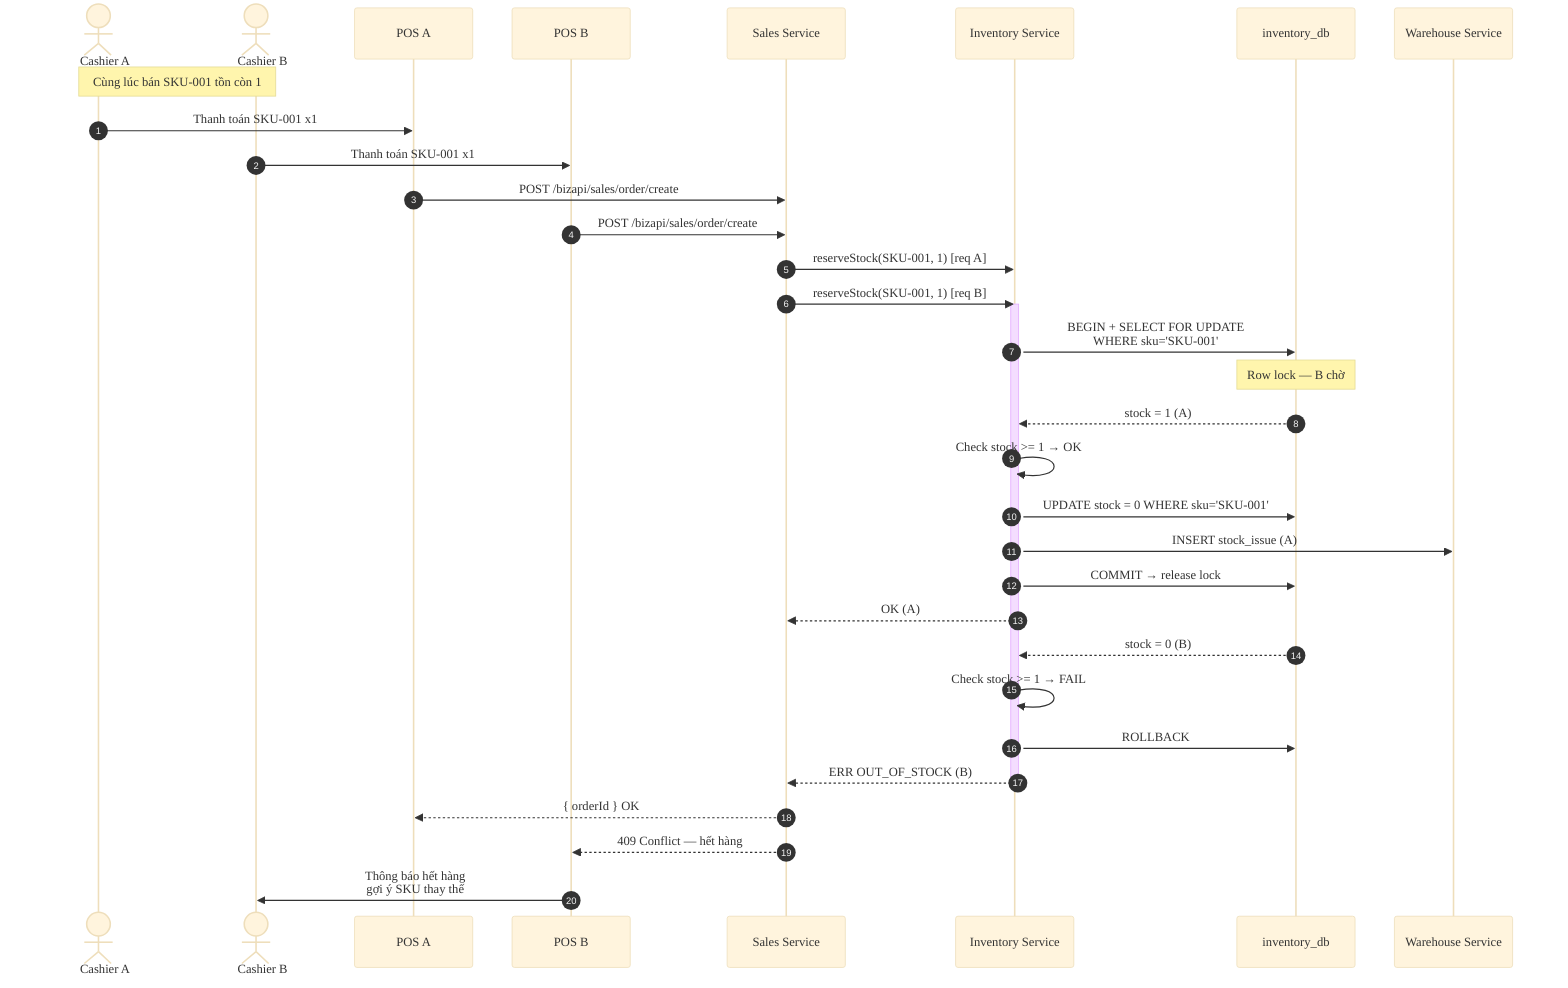
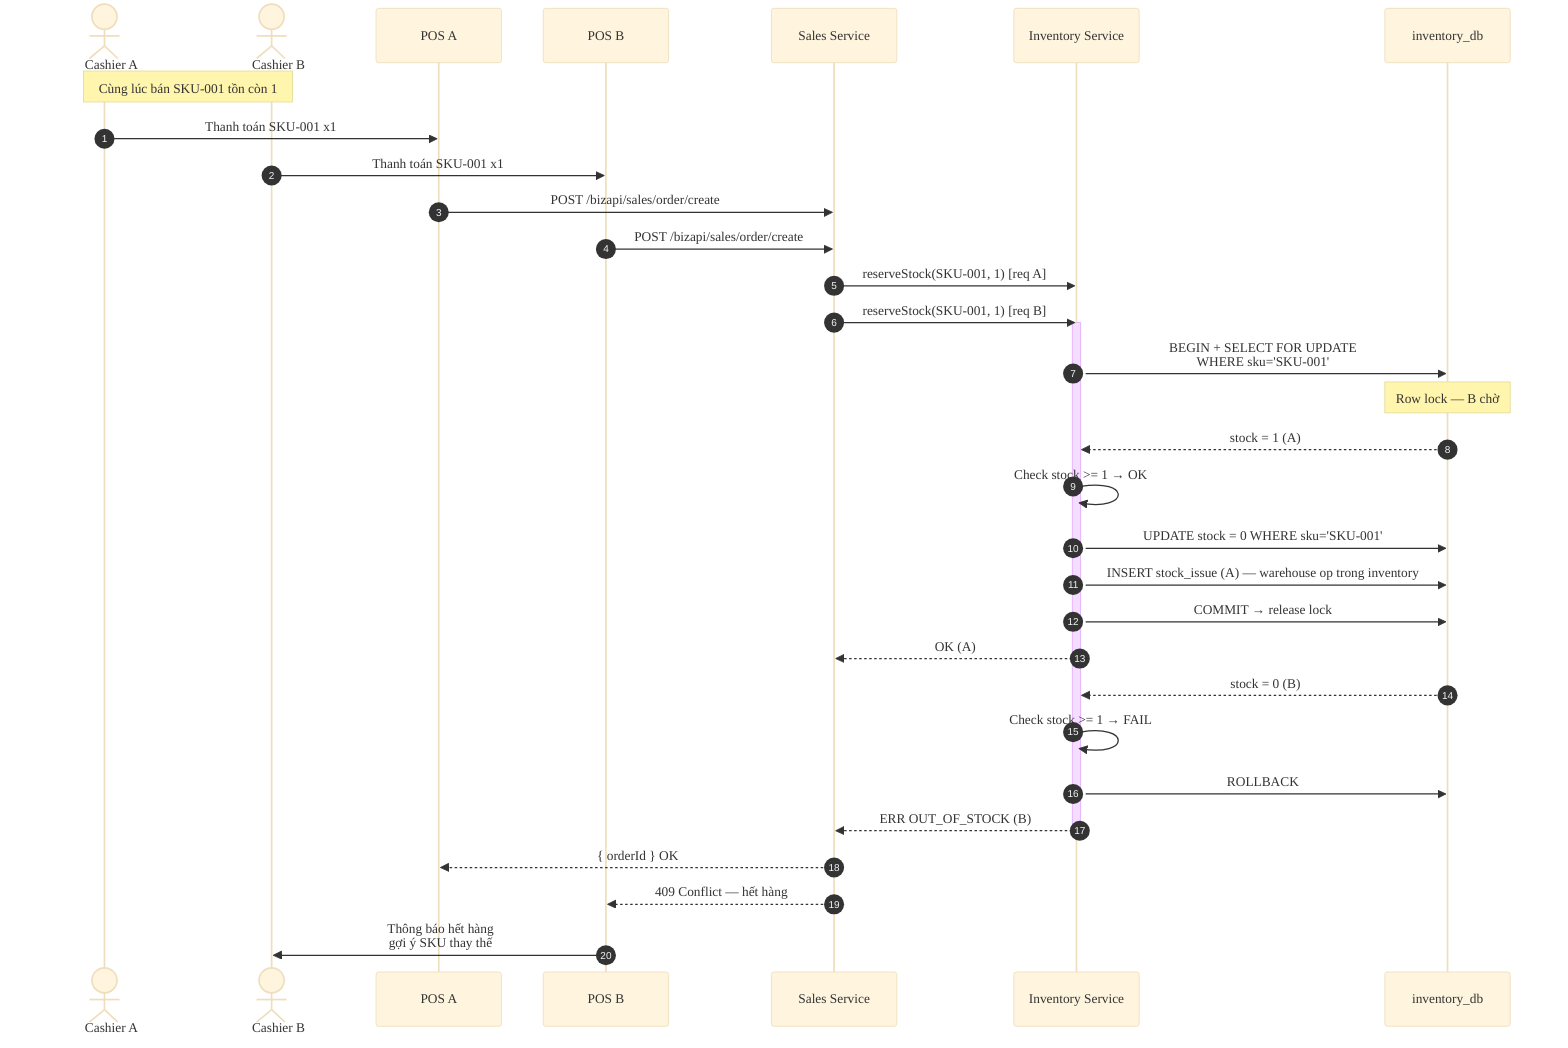
%%{init: {'theme':'base','themeVariables':{'fontFamily':'Calibri','fontSize':'18px'}}}%%
sequenceDiagram
    autonumber
    actor C1 as 👤 Cashier A
    actor C2 as 👤 Cashier B
    participant P1 as POS A
    participant P2 as POS B
    participant SS as Sales Service
    participant INV as Inventory Service
    participant DB as inventory_db
-     participant WH as Warehouse Service

    Note over C1,C2: Cùng lúc bán SKU-001 tồn còn 1
    C1->>P1: Thanh toán SKU-001 x1
    C2->>P2: Thanh toán SKU-001 x1
    P1->>SS: POST /bizapi/sales/order/create
    P2->>SS: POST /bizapi/sales/order/create
    SS->>INV: reserveStock(SKU-001, 1) [req A]
    SS->>INV: reserveStock(SKU-001, 1) [req B]
    activate INV
    INV->>DB: BEGIN + SELECT FOR UPDATE<br/>WHERE sku='SKU-001'
    Note over DB: Row lock — B chờ
    DB-->>INV: stock = 1 (A)
    INV->>INV: Check stock >= 1 → OK
    INV->>DB: UPDATE stock = 0 WHERE sku='SKU-001'
-     INV->>WH: INSERT stock_issue (A)
+     INV->>DB: INSERT stock_issue (A) — warehouse op trong inventory
    INV->>DB: COMMIT → release lock
    INV-->>SS: OK (A)
    deactivate INV
    activate INV
    DB-->>INV: stock = 0 (B)
    INV->>INV: Check stock >= 1 → FAIL
    INV->>DB: ROLLBACK
    INV-->>SS: ERR OUT_OF_STOCK (B)
    deactivate INV
    SS-->>P1: { orderId } OK
    SS-->>P2: 409 Conflict — hết hàng
    P2->>C2: Thông báo hết hàng<br/>gợi ý SKU thay thế
